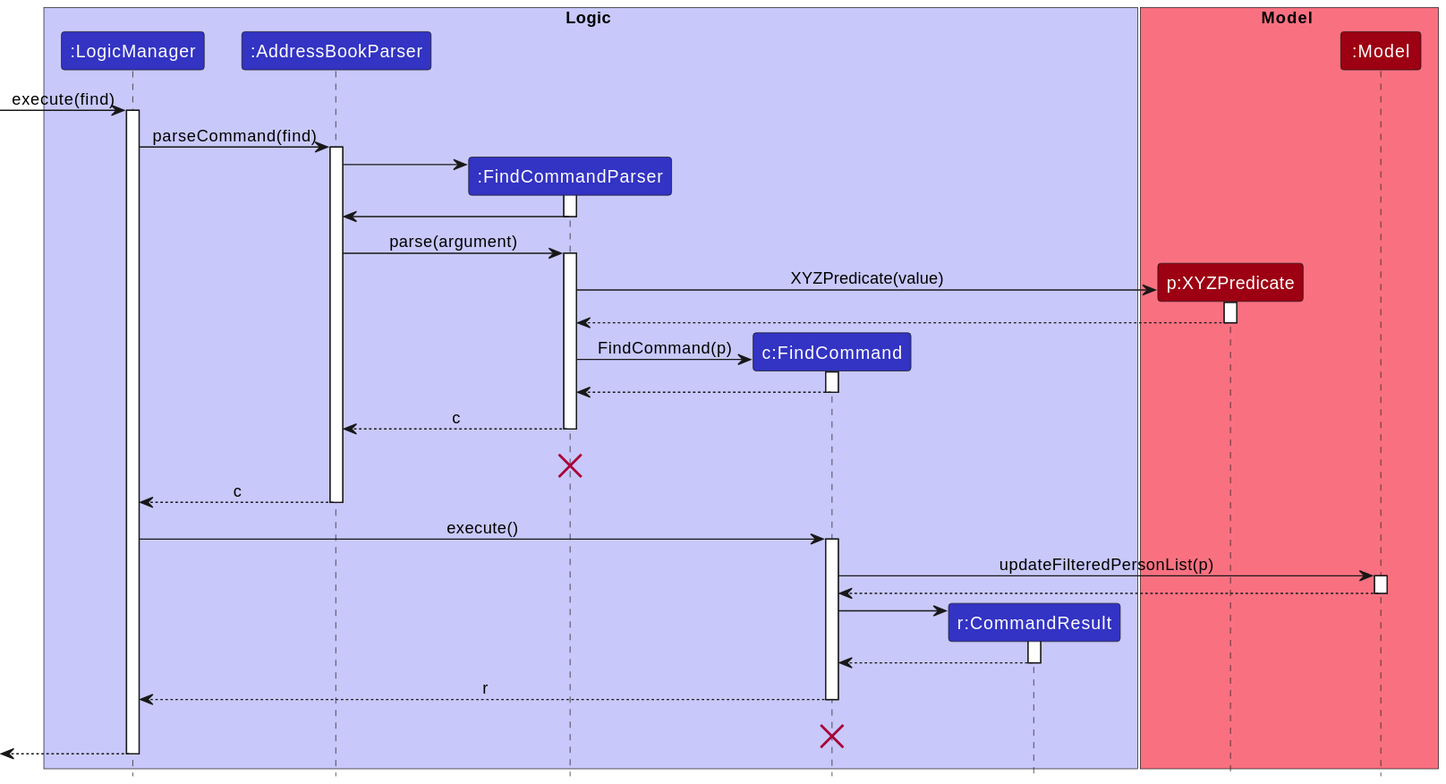
Above: docs/images/FindSequenceDiagram.svg in AY2324S2-CS2103-F15-1/tp (PlantUML), before the change. Its diagram source:
```plantuml
@startuml
!include style.puml
skinparam ArrowFontStyle plain

box Logic LOGIC_COLOR_T1
participant ":LogicManager" as LogicManager LOGIC_COLOR
participant ":AddressBookParser" as AddressBookParser LOGIC_COLOR
participant ":FindCommandParser" as FindCommandParser LOGIC_COLOR
participant "c:FindCommand" as FindCommand LOGIC_COLOR
participant "r:CommandResult" as CommandResult LOGIC_COLOR
end box

box Model MODEL_COLOR_T1
participant "p:XYZPredicate" as XYZPredicate MODEL_COLOR
participant ":Model" as Model MODEL_COLOR
end box
[-> LogicManager : execute(find)
activate LogicManager

LogicManager -> AddressBookParser : parseCommand(find)
activate AddressBookParser

create FindCommandParser
AddressBookParser -> FindCommandParser
activate FindCommandParser

FindCommandParser -> AddressBookParser
deactivate FindCommandParser

AddressBookParser -> FindCommandParser : parse(argument)
activate FindCommandParser

create XYZPredicate
FindCommandParser -> XYZPredicate : XYZPredicate(value)
activate XYZPredicate

XYZPredicate --> FindCommandParser
deactivate XYZPredicate

create FindCommand
FindCommandParser -> FindCommand : FindCommand(p)
activate FindCommand

FindCommand --> FindCommandParser
deactivate FindCommand

FindCommandParser --> AddressBookParser : c
deactivate FindCommandParser
FindCommandParser -[hidden]-> AddressBookParser : c
destroy FindCommandParser

AddressBookParser --> LogicManager : c
deactivate AddressBookParser

LogicManager -> FindCommand : execute()
activate FindCommand

FindCommand -> Model : updateFilteredPersonList(p)
activate Model

Model --> FindCommand
deactivate Model

create CommandResult
FindCommand -> CommandResult
activate CommandResult

CommandResult --> FindCommand
deactivate CommandResult

FindCommand --> LogicManager : r
deactivate FindCommand
FindCommand -[hidden]-> LogicManager : result
destroy FindCommand

[<--LogicManager
deactivate LogicManager
@enduml
```
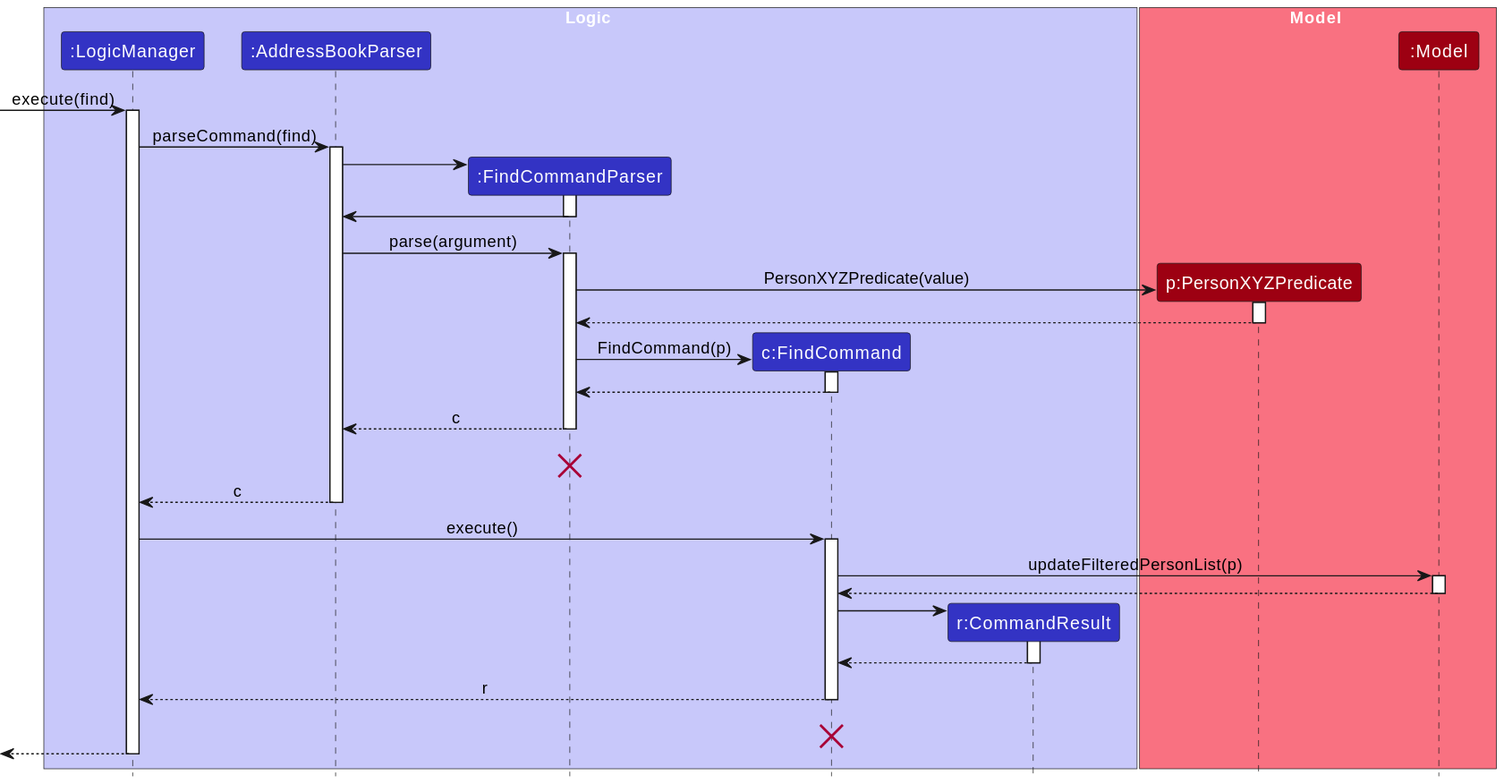
Later version of the same file.

Commit message:
Update find command description in DG

Change to the diagram source:
```diff
@@ -11,7 +11,7 @@
 end box
 
 box Model MODEL_COLOR_T1
-participant "p:XYZPredicate" as XYZPredicate MODEL_COLOR
+participant "p:PersonXYZPredicate" as PersonXYZPredicate MODEL_COLOR
 participant ":Model" as Model MODEL_COLOR
 end box
 [-> LogicManager : execute(find)
@@ -30,12 +30,12 @@
 AddressBookParser -> FindCommandParser : parse(argument)
 activate FindCommandParser
 
-create XYZPredicate
-FindCommandParser -> XYZPredicate : XYZPredicate(value)
-activate XYZPredicate
+create PersonXYZPredicate
+FindCommandParser -> PersonXYZPredicate : PersonXYZPredicate(value)
+activate PersonXYZPredicate
 
-XYZPredicate --> FindCommandParser
-deactivate XYZPredicate
+PersonXYZPredicate --> FindCommandParser
+deactivate PersonXYZPredicate
 
 create FindCommand
 FindCommandParser -> FindCommand : FindCommand(p)
```
